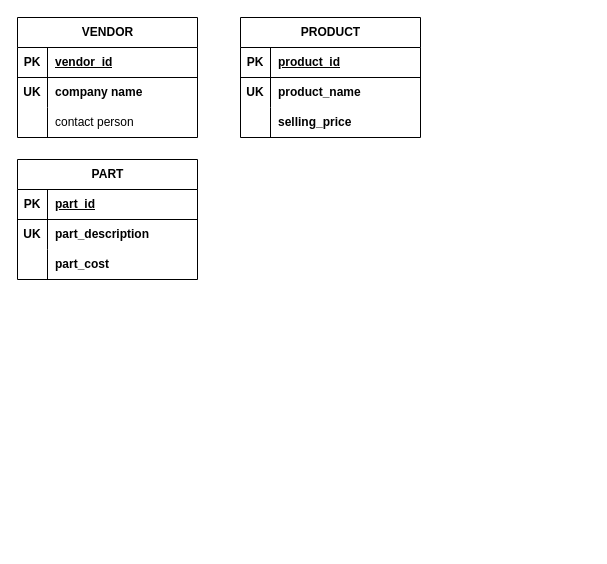
Above: page "P0202a" (1 of 3) of relational-database-design/Untitled Diagram.drawio in qichendev/assignments (draw.io), before the change. Source tidied: cells renumbered, new cells numbered last; positions are measured from the earlier drawing's top-left corner, leaving out a move shared by most shapes. Both pictures are drawn from the tidied source at 100%, with x=0, y=0 at pixel (17, 17).
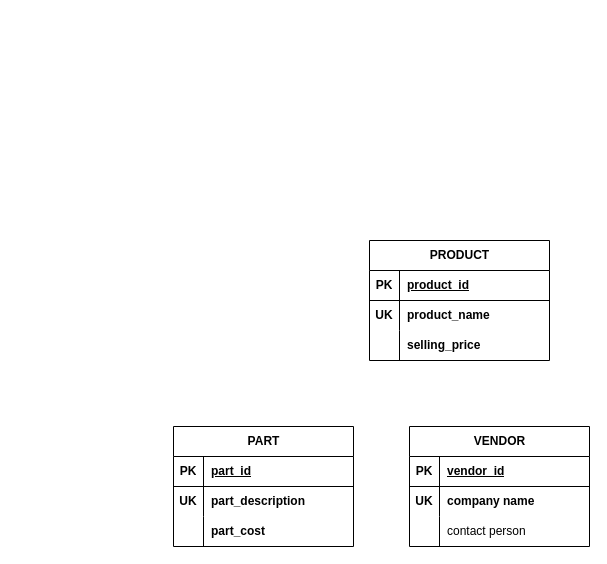
After the change.

The edit, as a diff of the source:
```diff
@@
     <mxCell id="2" value="VENDOR" style="shape=table;startSize=30;childLayout=tableLayout;rowLines=0;fontStyle=1;align=center;html=1;" parent="1" vertex="1">
-      <mxGeometry width="180" height="120" as="geometry" />
+      <mxGeometry x="392" y="409" width="180" height="120" as="geometry" />
     </mxCell>
-    <mxCell id="3" style="shape=tableRow;horizontal=0;startSize=0;swimlaneHead=0;swimlaneBody=0;fillColor=none;top=0;left=0;right=0;bottom=1;" parent="2" vertex="1">
-      <mxGeometry y="30" width="180" height="30" as="geometry" />
-    </mxCell>
-    <mxCell id="4" value="PK" style="shape=partialRectangle;fillColor=none;top=0;left=0;bottom=0;right=0;fontStyle=1;overflow=hidden;whiteSpace=wrap;html=1;" parent="3" vertex="1">
-      <mxGeometry width="30" height="30" as="geometry" />
-    </mxCell>
+    <mxCell id="32" style="shape=tableRow;horizontal=0;startSize=0;swimlaneHead=0;swimlaneBody=0;fillColor=none;top=0;left=0;right=0;bottom=1;" parent="2" vertex="1">
+      <mxGeometry y="30" width="180" height="30" as="geometry" />
+    </mxCell>
+    <mxCell id="33" value="PK" style="shape=partialRectangle;fillColor=none;top=0;left=0;bottom=0;right=0;fontStyle=1;overflow=hidden;whiteSpace=wrap;html=1;" parent="32" vertex="1">
+      <mxGeometry width="30" height="30" as="geometry" />
+    </mxCell>
-    <mxCell id="5" value="vendor_id" style="shape=partialRectangle;fillColor=none;top=0;left=0;bottom=0;right=0;align=left;spacingLeft=6;fontStyle=5;overflow=hidden;whiteSpace=wrap;html=1;" parent="3" vertex="1">
+    <mxCell id="5" value="vendor_id" style="shape=partialRectangle;fillColor=none;top=0;left=0;bottom=0;right=0;align=left;spacingLeft=6;fontStyle=5;overflow=hidden;whiteSpace=wrap;html=1;" parent="32" vertex="1">
       <mxGeometry x="30" width="150" height="30" as="geometry" />
     </mxCell>
-    <mxCell id="6" style="shape=tableRow;horizontal=0;startSize=0;swimlaneHead=0;swimlaneBody=0;fillColor=none;top=0;left=0;right=0;bottom=0;" parent="2" vertex="1">
-      <mxGeometry y="60" width="180" height="30" as="geometry" />
-    </mxCell>
-    <mxCell id="7" value="&lt;b&gt;UK&lt;/b&gt;" style="shape=partialRectangle;fillColor=none;top=0;left=0;bottom=0;right=0;overflow=hidden;whiteSpace=wrap;html=1;" parent="6" vertex="1">
-      <mxGeometry width="30" height="30" as="geometry" />
-    </mxCell>
+    <mxCell id="34" style="shape=tableRow;horizontal=0;startSize=0;swimlaneHead=0;swimlaneBody=0;fillColor=none;top=0;left=0;right=0;bottom=0;" parent="2" vertex="1">
+      <mxGeometry y="60" width="180" height="30" as="geometry" />
+    </mxCell>
+    <mxCell id="35" value="&lt;b&gt;UK&lt;/b&gt;" style="shape=partialRectangle;fillColor=none;top=0;left=0;bottom=0;right=0;overflow=hidden;whiteSpace=wrap;html=1;" parent="34" vertex="1">
+      <mxGeometry width="30" height="30" as="geometry" />
+    </mxCell>
-    <mxCell id="8" value="company name" style="shape=partialRectangle;fillColor=none;top=0;left=0;bottom=0;right=0;align=left;spacingLeft=6;overflow=hidden;whiteSpace=wrap;html=1;fontStyle=1;" parent="6" vertex="1">
+    <mxCell id="8" value="company name" style="shape=partialRectangle;fillColor=none;top=0;left=0;bottom=0;right=0;align=left;spacingLeft=6;overflow=hidden;whiteSpace=wrap;html=1;fontStyle=1;" parent="34" vertex="1">
       <mxGeometry x="30" width="150" height="30" as="geometry" />
     </mxCell>
-    <mxCell id="9" style="shape=tableRow;horizontal=0;startSize=0;swimlaneHead=0;swimlaneBody=0;fillColor=none;top=0;left=0;right=0;bottom=0;" parent="2" vertex="1">
-      <mxGeometry y="90" width="180" height="30" as="geometry" />
-    </mxCell>
-    <mxCell id="10" style="shape=partialRectangle;fillColor=none;top=0;left=0;bottom=0;right=0;overflow=hidden;whiteSpace=wrap;html=1;" parent="9" vertex="1">
-      <mxGeometry width="30" height="30" as="geometry" />
-    </mxCell>
+    <mxCell id="36" style="shape=tableRow;horizontal=0;startSize=0;swimlaneHead=0;swimlaneBody=0;fillColor=none;top=0;left=0;right=0;bottom=0;" parent="2" vertex="1">
+      <mxGeometry y="90" width="180" height="30" as="geometry" />
+    </mxCell>
+    <mxCell id="37" style="shape=partialRectangle;fillColor=none;top=0;left=0;bottom=0;right=0;overflow=hidden;whiteSpace=wrap;html=1;" parent="36" vertex="1">
+      <mxGeometry width="30" height="30" as="geometry" />
+    </mxCell>
-    <mxCell id="11" value="contact person" style="shape=partialRectangle;fillColor=none;top=0;left=0;bottom=0;right=0;align=left;spacingLeft=6;overflow=hidden;whiteSpace=wrap;html=1;" parent="9" vertex="1">
+    <mxCell id="11" value="contact person" style="shape=partialRectangle;fillColor=none;top=0;left=0;bottom=0;right=0;align=left;spacingLeft=6;overflow=hidden;whiteSpace=wrap;html=1;" parent="36" vertex="1">
       <mxGeometry x="30" width="150" height="30" as="geometry" />
     </mxCell>
     <mxCell id="12" value="PART" style="shape=table;startSize=30;childLayout=tableLayout;rowLines=0;fontStyle=1;align=center;html=1;" parent="1" vertex="1">
-      <mxGeometry y="142" width="180" height="120" as="geometry" />
+      <mxGeometry x="156" y="409" width="180" height="120" as="geometry" />
     </mxCell>
-    <mxCell id="13" style="shape=tableRow;horizontal=0;startSize=0;swimlaneHead=0;swimlaneBody=0;fillColor=none;top=0;left=0;right=0;bottom=1;" parent="12" vertex="1">
-      <mxGeometry y="30" width="180" height="30" as="geometry" />
-    </mxCell>
-    <mxCell id="14" value="PK" style="shape=partialRectangle;fillColor=none;top=0;left=0;bottom=0;right=0;fontStyle=1;overflow=hidden;whiteSpace=wrap;html=1;" parent="13" vertex="1">
-      <mxGeometry width="30" height="30" as="geometry" />
-    </mxCell>
+    <mxCell id="38" style="shape=tableRow;horizontal=0;startSize=0;swimlaneHead=0;swimlaneBody=0;fillColor=none;top=0;left=0;right=0;bottom=1;" parent="12" vertex="1">
+      <mxGeometry y="30" width="180" height="30" as="geometry" />
+    </mxCell>
+    <mxCell id="39" value="PK" style="shape=partialRectangle;fillColor=none;top=0;left=0;bottom=0;right=0;fontStyle=1;overflow=hidden;whiteSpace=wrap;html=1;" parent="38" vertex="1">
+      <mxGeometry width="30" height="30" as="geometry" />
+    </mxCell>
-    <mxCell id="15" value="part_id" style="shape=partialRectangle;fillColor=none;top=0;left=0;bottom=0;right=0;align=left;spacingLeft=6;fontStyle=5;overflow=hidden;whiteSpace=wrap;html=1;" parent="13" vertex="1">
+    <mxCell id="15" value="part_id" style="shape=partialRectangle;fillColor=none;top=0;left=0;bottom=0;right=0;align=left;spacingLeft=6;fontStyle=5;overflow=hidden;whiteSpace=wrap;html=1;" parent="38" vertex="1">
       <mxGeometry x="30" width="150" height="30" as="geometry" />
     </mxCell>
-    <mxCell id="16" style="shape=tableRow;horizontal=0;startSize=0;swimlaneHead=0;swimlaneBody=0;fillColor=none;top=0;left=0;right=0;bottom=0;" parent="12" vertex="1">
-      <mxGeometry y="60" width="180" height="30" as="geometry" />
-    </mxCell>
+    <mxCell id="40" style="shape=tableRow;horizontal=0;startSize=0;swimlaneHead=0;swimlaneBody=0;fillColor=none;top=0;left=0;right=0;bottom=0;" parent="12" vertex="1">
+      <mxGeometry y="60" width="180" height="30" as="geometry" />
+    </mxCell>
-    <mxCell id="17" value="UK" style="shape=partialRectangle;fillColor=none;top=0;left=0;bottom=0;right=0;overflow=hidden;whiteSpace=wrap;html=1;fontStyle=1;" parent="16" vertex="1">
+    <mxCell id="17" value="UK" style="shape=partialRectangle;fillColor=none;top=0;left=0;bottom=0;right=0;overflow=hidden;whiteSpace=wrap;html=1;fontStyle=1;" parent="40" vertex="1">
       <mxGeometry width="30" height="30" as="geometry" />
     </mxCell>
-    <mxCell id="18" value="part_description" style="shape=partialRectangle;fillColor=none;top=0;left=0;bottom=0;right=0;align=left;spacingLeft=6;overflow=hidden;whiteSpace=wrap;html=1;fontStyle=1;" parent="16" vertex="1">
+    <mxCell id="18" value="part_description" style="shape=partialRectangle;fillColor=none;top=0;left=0;bottom=0;right=0;align=left;spacingLeft=6;overflow=hidden;whiteSpace=wrap;html=1;fontStyle=1;" parent="40" vertex="1">
       <mxGeometry x="30" width="150" height="30" as="geometry" />
     </mxCell>
-    <mxCell id="19" style="shape=tableRow;horizontal=0;startSize=0;swimlaneHead=0;swimlaneBody=0;fillColor=none;top=0;left=0;right=0;bottom=0;" parent="12" vertex="1">
-      <mxGeometry y="90" width="180" height="30" as="geometry" />
-    </mxCell>
-    <mxCell id="20" style="shape=partialRectangle;fillColor=none;top=0;left=0;bottom=0;right=0;overflow=hidden;whiteSpace=wrap;html=1;" parent="19" vertex="1">
-      <mxGeometry width="30" height="30" as="geometry" />
-    </mxCell>
+    <mxCell id="41" style="shape=tableRow;horizontal=0;startSize=0;swimlaneHead=0;swimlaneBody=0;fillColor=none;top=0;left=0;right=0;bottom=0;" parent="12" vertex="1">
+      <mxGeometry y="90" width="180" height="30" as="geometry" />
+    </mxCell>
+    <mxCell id="42" style="shape=partialRectangle;fillColor=none;top=0;left=0;bottom=0;right=0;overflow=hidden;whiteSpace=wrap;html=1;" parent="41" vertex="1">
+      <mxGeometry width="30" height="30" as="geometry" />
+    </mxCell>
-    <mxCell id="21" value="part_cost" style="shape=partialRectangle;fillColor=none;top=0;left=0;bottom=0;right=0;align=left;spacingLeft=6;overflow=hidden;whiteSpace=wrap;html=1;fontStyle=1;" parent="19" vertex="1">
+    <mxCell id="21" value="part_cost" style="shape=partialRectangle;fillColor=none;top=0;left=0;bottom=0;right=0;align=left;spacingLeft=6;overflow=hidden;whiteSpace=wrap;html=1;fontStyle=1;" parent="41" vertex="1">
       <mxGeometry x="30" width="150" height="30" as="geometry" />
     </mxCell>
     <mxCell id="22" value="PRODUCT" style="shape=table;startSize=30;childLayout=tableLayout;rowLines=0;fontStyle=1;align=center;html=1;" parent="1" vertex="1">
-      <mxGeometry x="223" width="180" height="120" as="geometry" />
+      <mxGeometry x="352" y="223" width="180" height="120" as="geometry" />
     </mxCell>
-    <mxCell id="23" style="shape=tableRow;horizontal=0;startSize=0;swimlaneHead=0;swimlaneBody=0;fillColor=none;top=0;left=0;right=0;bottom=1;" parent="22" vertex="1">
-      <mxGeometry y="30" width="180" height="30" as="geometry" />
-    </mxCell>
-    <mxCell id="24" value="PK" style="shape=partialRectangle;fillColor=none;top=0;left=0;bottom=0;right=0;fontStyle=1;overflow=hidden;whiteSpace=wrap;html=1;" parent="23" vertex="1">
-      <mxGeometry width="30" height="30" as="geometry" />
-    </mxCell>
+    <mxCell id="43" style="shape=tableRow;horizontal=0;startSize=0;swimlaneHead=0;swimlaneBody=0;fillColor=none;top=0;left=0;right=0;bottom=1;" parent="22" vertex="1">
+      <mxGeometry y="30" width="180" height="30" as="geometry" />
+    </mxCell>
+    <mxCell id="44" value="PK" style="shape=partialRectangle;fillColor=none;top=0;left=0;bottom=0;right=0;fontStyle=1;overflow=hidden;whiteSpace=wrap;html=1;" parent="43" vertex="1">
+      <mxGeometry width="30" height="30" as="geometry" />
+    </mxCell>
-    <mxCell id="25" value="product_id" style="shape=partialRectangle;fillColor=none;top=0;left=0;bottom=0;right=0;align=left;spacingLeft=6;fontStyle=5;overflow=hidden;whiteSpace=wrap;html=1;" parent="23" vertex="1">
+    <mxCell id="25" value="product_id" style="shape=partialRectangle;fillColor=none;top=0;left=0;bottom=0;right=0;align=left;spacingLeft=6;fontStyle=5;overflow=hidden;whiteSpace=wrap;html=1;" parent="43" vertex="1">
       <mxGeometry x="30" width="150" height="30" as="geometry" />
     </mxCell>
-    <mxCell id="26" style="shape=tableRow;horizontal=0;startSize=0;swimlaneHead=0;swimlaneBody=0;fillColor=none;top=0;left=0;right=0;bottom=0;" parent="22" vertex="1">
-      <mxGeometry y="60" width="180" height="30" as="geometry" />
-    </mxCell>
-    <mxCell id="27" value="&lt;b&gt;UK&lt;/b&gt;" style="shape=partialRectangle;fillColor=none;top=0;left=0;bottom=0;right=0;overflow=hidden;whiteSpace=wrap;html=1;" parent="26" vertex="1">
-      <mxGeometry width="30" height="30" as="geometry" />
-    </mxCell>
+    <mxCell id="45" style="shape=tableRow;horizontal=0;startSize=0;swimlaneHead=0;swimlaneBody=0;fillColor=none;top=0;left=0;right=0;bottom=0;" parent="22" vertex="1">
+      <mxGeometry y="60" width="180" height="30" as="geometry" />
+    </mxCell>
+    <mxCell id="46" value="&lt;b&gt;UK&lt;/b&gt;" style="shape=partialRectangle;fillColor=none;top=0;left=0;bottom=0;right=0;overflow=hidden;whiteSpace=wrap;html=1;" parent="45" vertex="1">
+      <mxGeometry width="30" height="30" as="geometry" />
+    </mxCell>
-    <mxCell id="28" value="product_name" style="shape=partialRectangle;fillColor=none;top=0;left=0;bottom=0;right=0;align=left;spacingLeft=6;overflow=hidden;whiteSpace=wrap;html=1;fontStyle=1;" parent="26" vertex="1">
+    <mxCell id="28" value="product_name" style="shape=partialRectangle;fillColor=none;top=0;left=0;bottom=0;right=0;align=left;spacingLeft=6;overflow=hidden;whiteSpace=wrap;html=1;fontStyle=1;" parent="45" vertex="1">
       <mxGeometry x="30" width="150" height="30" as="geometry" />
     </mxCell>
-    <mxCell id="29" style="shape=tableRow;horizontal=0;startSize=0;swimlaneHead=0;swimlaneBody=0;fillColor=none;top=0;left=0;right=0;bottom=0;" parent="22" vertex="1">
-      <mxGeometry y="90" width="180" height="30" as="geometry" />
-    </mxCell>
-    <mxCell id="30" style="shape=partialRectangle;fillColor=none;top=0;left=0;bottom=0;right=0;overflow=hidden;whiteSpace=wrap;html=1;" parent="29" vertex="1">
-      <mxGeometry width="30" height="30" as="geometry" />
-    </mxCell>
+    <mxCell id="47" style="shape=tableRow;horizontal=0;startSize=0;swimlaneHead=0;swimlaneBody=0;fillColor=none;top=0;left=0;right=0;bottom=0;" parent="22" vertex="1">
+      <mxGeometry y="90" width="180" height="30" as="geometry" />
+    </mxCell>
+    <mxCell id="48" style="shape=partialRectangle;fillColor=none;top=0;left=0;bottom=0;right=0;overflow=hidden;whiteSpace=wrap;html=1;" parent="47" vertex="1">
+      <mxGeometry width="30" height="30" as="geometry" />
+    </mxCell>
-    <mxCell id="31" value="selling_price" style="shape=partialRectangle;fillColor=none;top=0;left=0;bottom=0;right=0;align=left;spacingLeft=6;overflow=hidden;whiteSpace=wrap;html=1;fontStyle=1;" parent="29" vertex="1">
+    <mxCell id="31" value="selling_price" style="shape=partialRectangle;fillColor=none;top=0;left=0;bottom=0;right=0;align=left;spacingLeft=6;overflow=hidden;whiteSpace=wrap;html=1;fontStyle=1;" parent="47" vertex="1">
       <mxGeometry x="30" width="150" height="30" as="geometry" />
     </mxCell>
```
